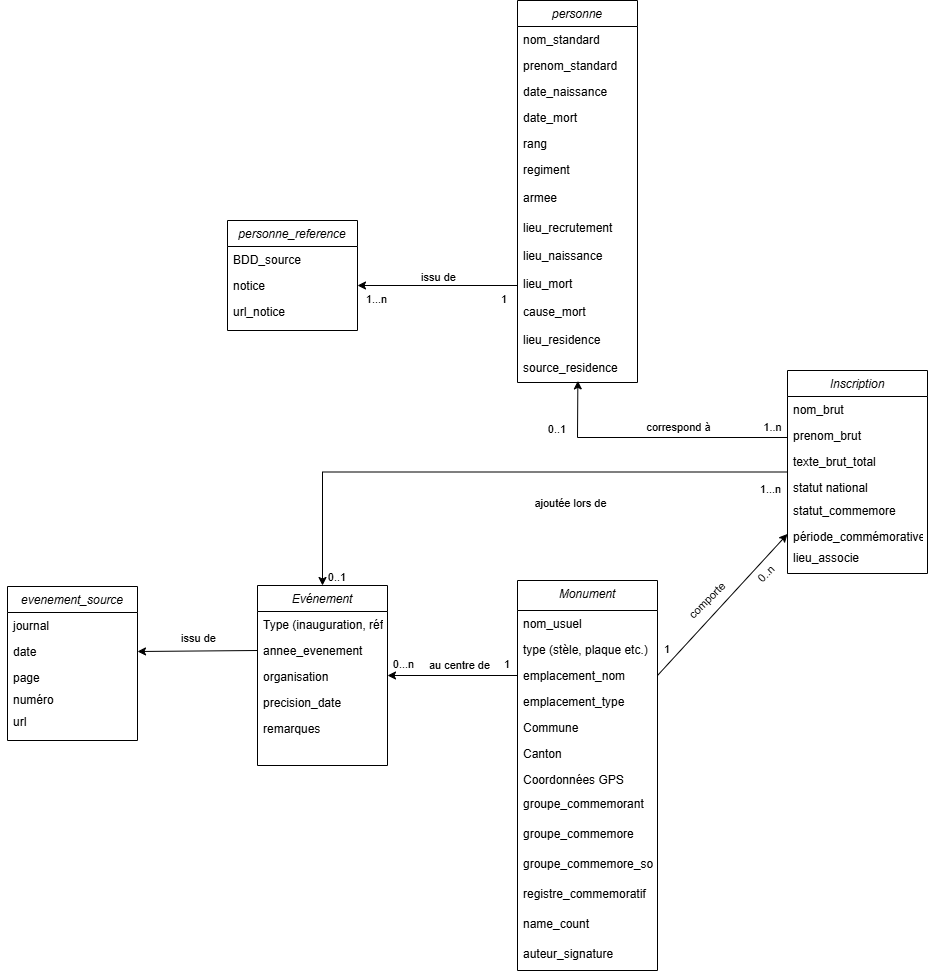
The draw.io diagram Modèle conceptuel/MC_versionPNG.png in samohTDNM/Monument_Etrangers_14-18_Suisse, before a commit. Source tidied: cells renumbered, new cells last; positions are measured from the earlier drawing's top-left corner, leaving out a move shared by most shapes.
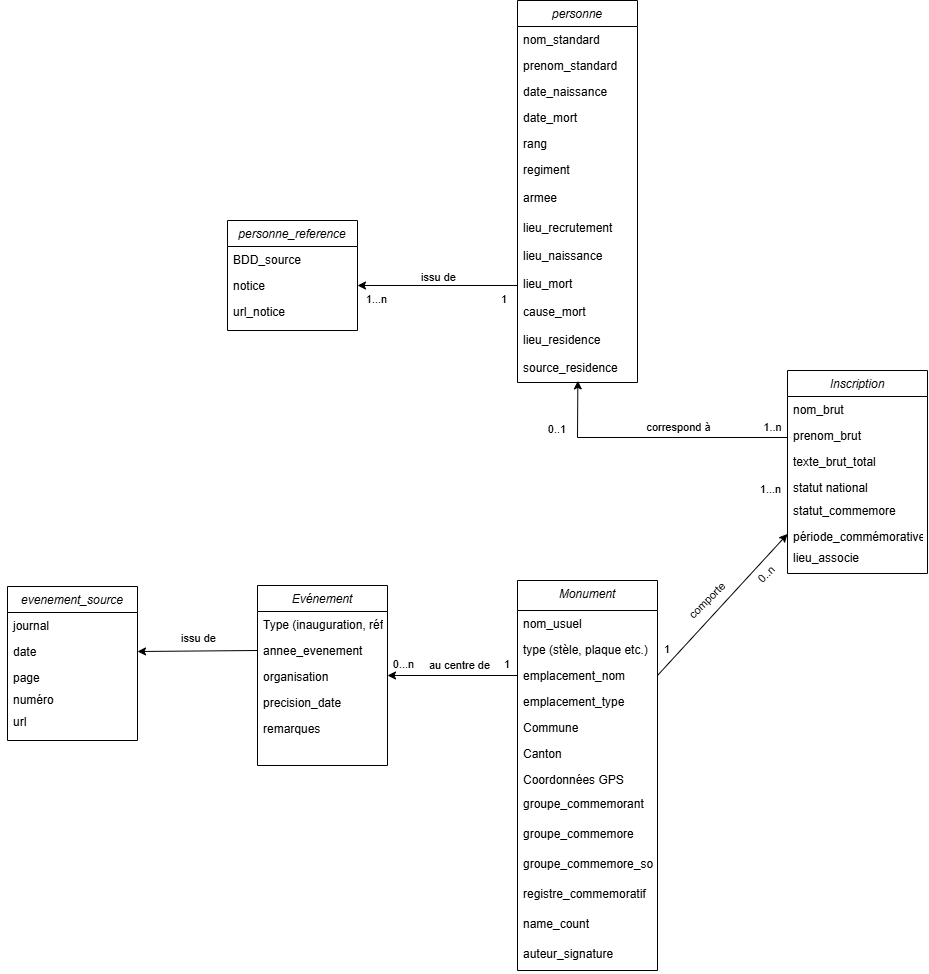
After the commit.

Change to the diagram source:
```diff
@@ -112,9 +112,6 @@
         <mxPoint x="780" y="533.5" as="targetPoint" />
       </mxGeometry>
     </mxCell>
-    <mxCell id="38" style="edgeStyle=orthogonalEdgeStyle;rounded=0;jettySize=auto;html=1;entryX=0.5;entryY=0;entryDx=0;entryDy=0;" parent="1" edge="1" source="39" target="16">
-      <mxGeometry relative="1" as="geometry" />
-    </mxCell>
     <mxCell id="39" value="Inscription" style="swimlane;fontStyle=2;align=center;verticalAlign=top;horizontal=1;startSize=26;rounded=0;shadow=0;strokeWidth=1;" parent="1" vertex="1">
       <mxGeometry x="780" y="370" width="140" height="203" as="geometry" />
     </mxCell>
@@ -207,12 +204,6 @@
     <mxCell id="64" value="comporte" style="text;html=1;whiteSpace=wrap;strokeColor=none;fillColor=none;align=center;verticalAlign=middle;rounded=0;rotation=-45;fontSize=11;" parent="1" vertex="1">
       <mxGeometry x="670" y="585" width="60" height="30" as="geometry" />
     </mxCell>
-    <mxCell id="65" value="ajoutée lors de&amp;nbsp;" style="text;html=1;whiteSpace=wrap;strokeColor=none;fillColor=none;align=center;verticalAlign=middle;rounded=0;fontSize=11;" parent="1" vertex="1">
-      <mxGeometry x="510" y="488" width="110" height="30" as="geometry" />
-    </mxCell>
-    <mxCell id="66" value="0..1" style="text;html=1;whiteSpace=wrap;strokeColor=none;fillColor=none;align=center;verticalAlign=middle;rounded=0;fontSize=11;" parent="1" vertex="1">
-      <mxGeometry x="320" y="568" width="20" height="18" as="geometry" />
-    </mxCell>
     <mxCell id="67" value="1...n" style="text;html=1;whiteSpace=wrap;strokeColor=none;fillColor=none;align=center;verticalAlign=middle;rounded=0;fontSize=11;" parent="1" vertex="1">
       <mxGeometry x="750" y="480" width="27" height="18" as="geometry" />
     </mxCell>
```
